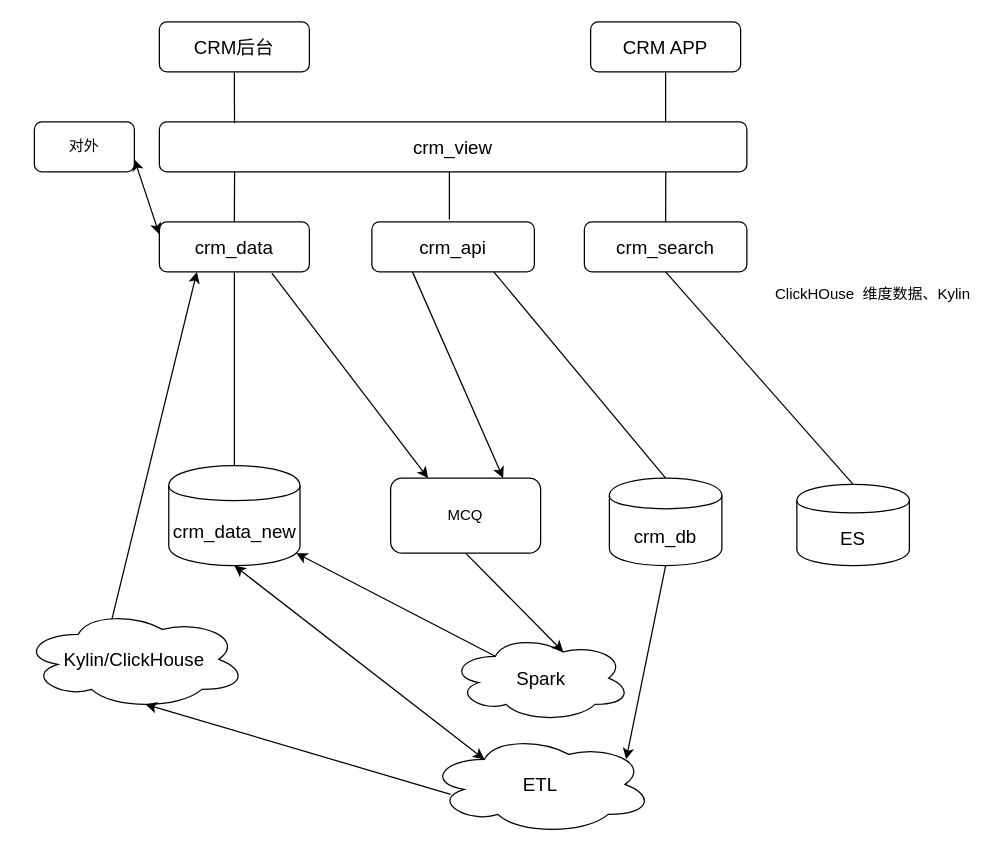
Earlier version of the draw.io diagram crm结构.drawio (WinchongYoung/draw.io). Source tidied: cells renumbered, new cells numbered last; positions are measured from the earlier drawing's top-left corner, leaving out a move shared by most shapes. Both pictures are drawn from the tidied source at 125%, with x=0, y=0 at pixel (21, 21).
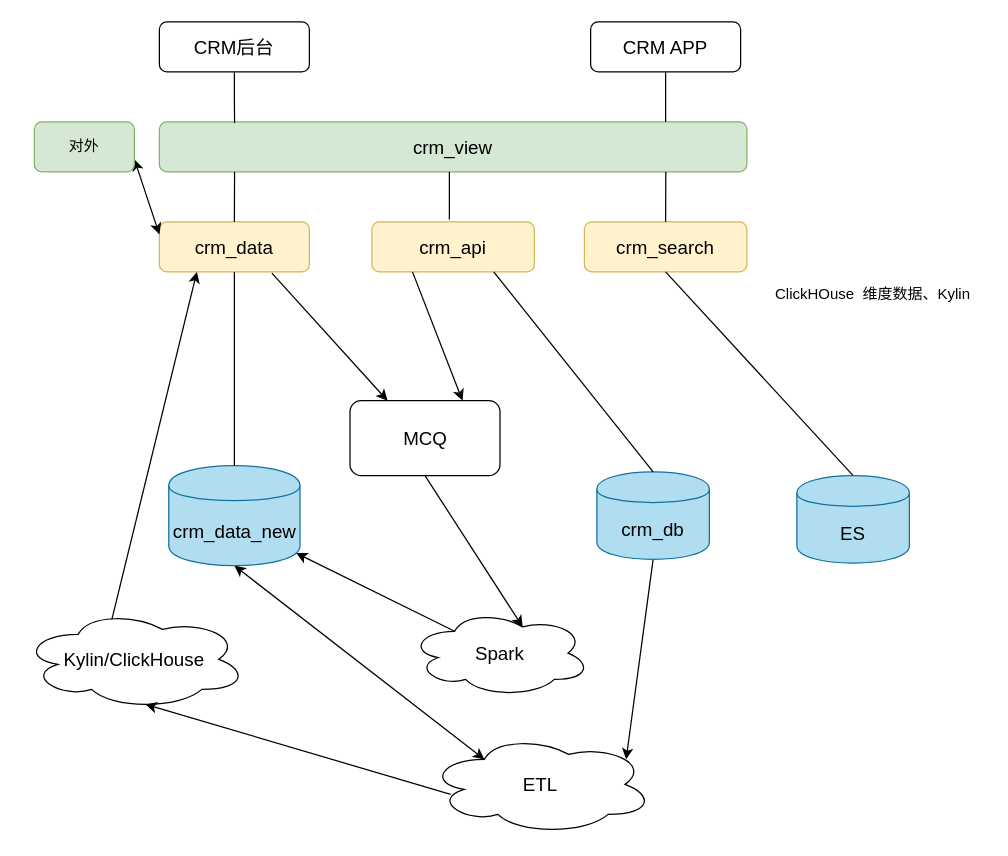
The same page after the edit.

Diff of the diagram source:
```diff
@@
-    <mxCell id="2" value="&lt;font style=&quot;font-size: 15px&quot;&gt;crm_view&lt;/font&gt;" style="rounded=1;whiteSpace=wrap;html=1;" parent="1" vertex="1">
+    <mxCell id="2" value="&lt;font style=&quot;font-size: 15px&quot;&gt;crm_view&lt;/font&gt;" style="rounded=1;whiteSpace=wrap;html=1;fillColor=#d5e8d4;strokeColor=#82b366;" parent="1" vertex="1">
       <mxGeometry x="110" y="80" width="470" height="40" as="geometry" />
     </mxCell>
-    <mxCell id="3" value="&lt;font style=&quot;font-size: 15px&quot;&gt;crm_api&lt;/font&gt;" style="rounded=1;whiteSpace=wrap;html=1;" parent="1" vertex="1">
+    <mxCell id="3" value="&lt;font style=&quot;font-size: 15px&quot;&gt;crm_api&lt;/font&gt;" style="rounded=1;whiteSpace=wrap;html=1;fillColor=#fff2cc;strokeColor=#d6b656;" parent="1" vertex="1">
       <mxGeometry x="280" y="160" width="130" height="40" as="geometry" />
     </mxCell>
@@
-    <mxCell id="8" value="&lt;span style=&quot;font-size: 15px&quot;&gt;crm_data&lt;/span&gt;" style="rounded=1;whiteSpace=wrap;html=1;" parent="1" vertex="1">
+    <mxCell id="8" value="&lt;span style=&quot;font-size: 15px&quot;&gt;crm_data&lt;/span&gt;" style="rounded=1;whiteSpace=wrap;html=1;fillColor=#fff2cc;strokeColor=#d6b656;" parent="1" vertex="1">
       <mxGeometry x="110" y="160" width="120" height="40" as="geometry" />
     </mxCell>
@@
-    <mxCell id="12" value="&lt;font style=&quot;font-size: 15px&quot;&gt;crm_db&lt;br&gt;&lt;/font&gt;" style="shape=cylinder;whiteSpace=wrap;html=1;boundedLbl=1;backgroundOutline=1;" parent="1" vertex="1">
-      <mxGeometry x="470" y="365" width="90" height="70" as="geometry" />
+    <mxCell id="12" value="&lt;font style=&quot;font-size: 15px&quot;&gt;crm_db&lt;br&gt;&lt;/font&gt;" style="shape=cylinder;whiteSpace=wrap;html=1;boundedLbl=1;backgroundOutline=1;fillColor=#b1ddf0;strokeColor=#10739e;" parent="1" vertex="1">
+      <mxGeometry x="460" y="360" width="90" height="70" as="geometry" />
     </mxCell>
@@
-    <mxCell id="15" value="&lt;font style=&quot;font-size: 15px&quot;&gt;crm_data_new&lt;/font&gt;" style="shape=cylinder;whiteSpace=wrap;html=1;boundedLbl=1;backgroundOutline=1;" parent="1" vertex="1">
+    <mxCell id="15" value="&lt;font style=&quot;font-size: 15px&quot;&gt;crm_data_new&lt;/font&gt;" style="shape=cylinder;whiteSpace=wrap;html=1;boundedLbl=1;backgroundOutline=1;fillColor=#b1ddf0;strokeColor=#10739e;" parent="1" vertex="1">
       <mxGeometry x="117.5" y="355" width="105" height="80" as="geometry" />
     </mxCell>
-    <mxCell id="16" value="&lt;font style=&quot;font-size: 15px&quot;&gt;ES&lt;/font&gt;" style="shape=cylinder;whiteSpace=wrap;html=1;boundedLbl=1;backgroundOutline=1;" parent="1" vertex="1">
-      <mxGeometry x="620" y="370" width="90" height="65" as="geometry" />
-    </mxCell>
@@
-    <mxCell id="19" value="&lt;font style=&quot;font-size: 15px&quot;&gt;crm_search&lt;/font&gt;" style="rounded=1;whiteSpace=wrap;html=1;" parent="1" vertex="1">
+    <mxCell id="19" value="&lt;font style=&quot;font-size: 15px&quot;&gt;crm_search&lt;/font&gt;" style="rounded=1;whiteSpace=wrap;html=1;fillColor=#fff2cc;strokeColor=#d6b656;" parent="1" vertex="1">
       <mxGeometry x="450" y="160" width="130" height="40" as="geometry" />
     </mxCell>
@@
-    <mxCell id="21" style="endArrow=none;html=1;entryX=0.5;entryY=1;entryDx=0;entryDy=0;exitX=0.5;exitY=0;exitDx=0;exitDy=0;endFill=0;" parent="1" edge="1" source="16" target="19">
-      <mxGeometry relative="1" as="geometry" />
+    <mxCell id="21" style="endArrow=none;html=1;entryX=0.5;entryY=1;entryDx=0;entryDy=0;exitX=0.5;exitY=0;exitDx=0;exitDy=0;endFill=0;" parent="1" edge="1" target="19">
+      <mxGeometry relative="1" as="geometry">
+        <mxPoint x="665" y="363" as="sourcePoint" />
+      </mxGeometry>
     </mxCell>
@@
     <mxCell id="24" value="&lt;font style=&quot;font-size: 15px&quot;&gt;Spark&lt;/font&gt;" style="ellipse;shape=cloud;whiteSpace=wrap;html=1;" parent="1" vertex="1">
-      <mxGeometry x="342.5" y="490" width="145" height="70" as="geometry" />
+      <mxGeometry x="310" y="470" width="145" height="70" as="geometry" />
     </mxCell>
-    <mxCell id="25" value="MCQ&lt;br&gt;" style="rounded=1;whiteSpace=wrap;html=1;" parent="1" vertex="1">
-      <mxGeometry x="295" y="365" width="120" height="60" as="geometry" />
+    <mxCell id="25" value="&lt;font style=&quot;font-size: 15px&quot;&gt;MCQ&lt;/font&gt;&lt;br&gt;" style="rounded=1;whiteSpace=wrap;html=1;" parent="1" vertex="1">
+      <mxGeometry x="262.5" y="303" width="120" height="60" as="geometry" />
     </mxCell>
@@
-    <mxCell id="32" value="对外" style="rounded=1;whiteSpace=wrap;html=1;" parent="1" vertex="1">
+    <mxCell id="32" value="对外" style="rounded=1;whiteSpace=wrap;html=1;fillColor=#d5e8d4;strokeColor=#82b366;" parent="1" vertex="1">
       <mxGeometry x="10" y="80" width="80" height="40" as="geometry" />
     </mxCell>
@@
+    <mxCell id="16" value="&lt;font style=&quot;font-size: 15px&quot;&gt;ES&lt;br&gt;&lt;/font&gt;" style="shape=cylinder;whiteSpace=wrap;html=1;boundedLbl=1;backgroundOutline=1;fillColor=#b1ddf0;strokeColor=#10739e;" parent="1" vertex="1">
+      <mxGeometry x="620" y="363" width="90" height="70" as="geometry" />
+    </mxCell>
```
